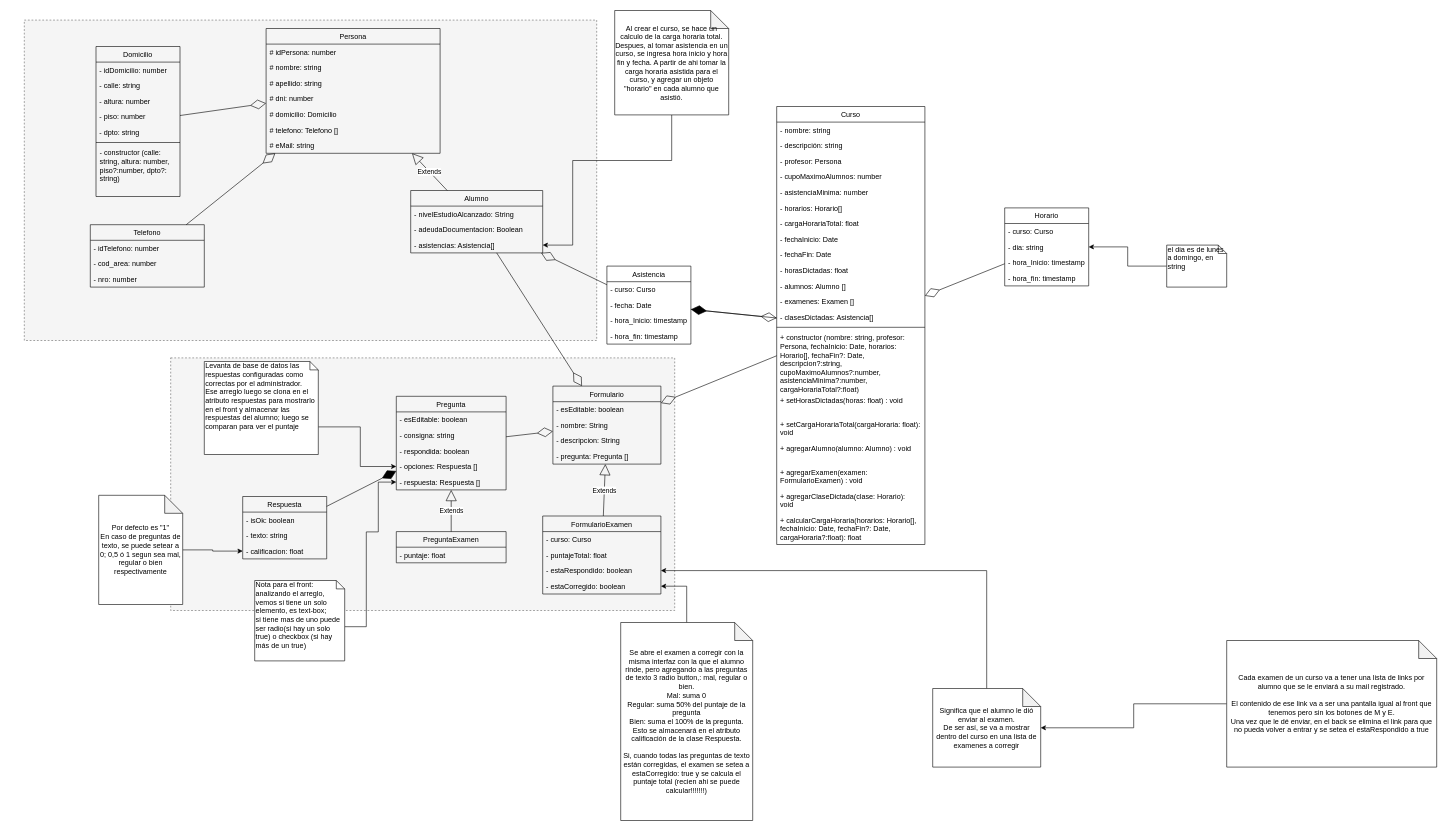
Before: - UML/diagrama_proyecto_final.drawio in mariela21180/institucional-cfp, a draw.io diagram. Source tidied: cells renumbered, new cells numbered last; positions are measured from the earlier drawing's top-left corner, leaving out a move shared by most shapes. Both pictures are drawn from the tidied source at 60%, with x=0, y=0 at pixel (24, 10).
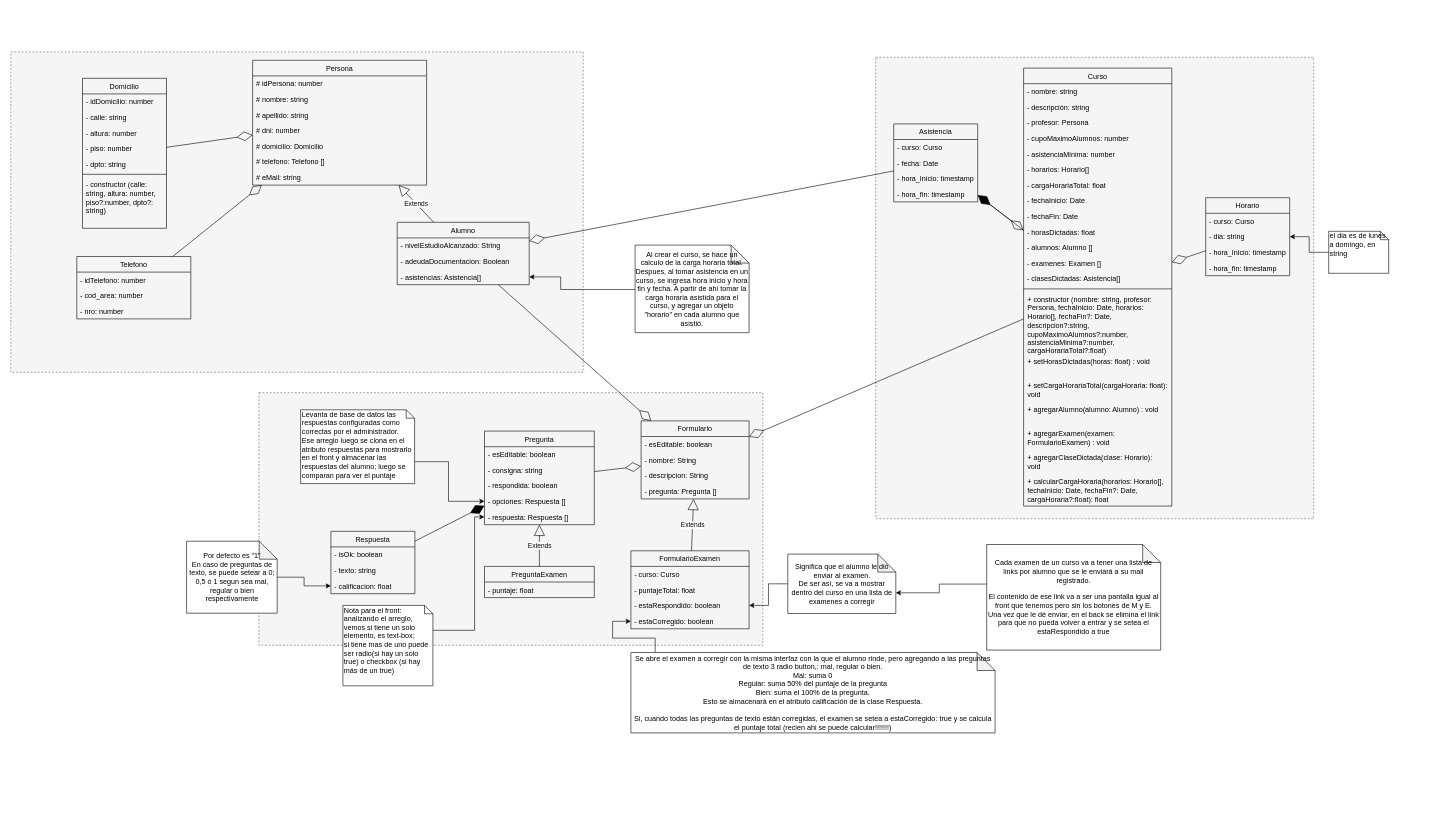
The same diagram, later.

Commit message:
#1 - Reacomodando el UML

Unchanged cells that the change refers to:
```xml
<mxCell id="29" value="- asistencias: Asistencia[]" style="text;strokeColor=none;fillColor=none;align=left;verticalAlign=top;spacingLeft=4;spacingRight=4;overflow=hidden;points=[[0,0.5],[1,0.5]];portConstraint=eastwest;" parent="26" vertex="1">
  <mxGeometry y="78" width="220" height="26" as="geometry" />
</mxCell>
<mxCell id="47" value="- estaCorregido: boolean" style="text;strokeColor=none;fillColor=none;align=left;verticalAlign=top;spacingLeft=4;spacingRight=4;overflow=hidden;points=[[0,0.5],[1,0.5]];portConstraint=eastwest;" parent="43" vertex="1">
  <mxGeometry y="104" width="197" height="26" as="geometry" />
</mxCell>
<mxCell id="83" value="- opciones: Respuesta []" style="text;strokeColor=none;fillColor=none;align=left;verticalAlign=top;spacingLeft=4;spacingRight=4;overflow=hidden;points=[[0,0.5],[1,0.5]];portConstraint=eastwest;" parent="79" vertex="1">
  <mxGeometry y="104" width="183" height="26" as="geometry" />
</mxCell>
<mxCell id="84" value="- respuesta: Respuesta []" style="text;strokeColor=none;fillColor=none;align=left;verticalAlign=top;spacingLeft=4;spacingRight=4;overflow=hidden;points=[[0,0.5],[1,0.5]];portConstraint=eastwest;" parent="79" vertex="1">
  <mxGeometry y="130" width="183" height="26" as="geometry" />
</mxCell>
```

Diff of the diagram source:
```diff
@@
+    <mxCell id="111" style="rounded=0;whiteSpace=wrap;html=1;fillColor=#f5f5f5;dashed=1;strokeColor=#666666;fontColor=#333333;" parent="1" vertex="1">
+      <mxGeometry x="1419" y="78" width="730" height="769" as="geometry" />
+    </mxCell>
     <mxCell id="2" style="rounded=0;whiteSpace=wrap;html=1;fillColor=#f5f5f5;dashed=1;strokeColor=#666666;fontColor=#333333;" parent="1" vertex="1">
-      <mxGeometry y="16" width="954" height="534" as="geometry" />
+      <mxGeometry x="-22.5" y="69" width="954" height="534" as="geometry" />
     </mxCell>
     <mxCell id="3" style="rounded=0;whiteSpace=wrap;html=1;dashed=1;fillColor=#f5f5f5;strokeColor=#666666;fontColor=#333333;" parent="1" vertex="1">
-      <mxGeometry x="244" y="579" width="840" height="421" as="geometry" />
+      <mxGeometry x="391" y="637" width="840" height="421" as="geometry" />
     </mxCell>
     <mxCell id="4" value="Curso" style="swimlane;fontStyle=0;horizontal=1;startSize=26;fillColor=none;" parent="1" vertex="1">
-      <mxGeometry x="1254" y="160" width="247" height="730" as="geometry" />
+      <mxGeometry x="1665.5" y="96" width="247" height="730" as="geometry" />
     </mxCell>
@@
     <mxCell id="26" value="Alumno" style="swimlane;fontStyle=0;horizontal=1;startSize=26;fillColor=none;" parent="1" vertex="1">
-      <mxGeometry x="644" y="300" width="220" height="104" as="geometry" />
+      <mxGeometry x="621.5" y="353" width="220" height="104" as="geometry" />
     </mxCell>
@@
     <mxCell id="30" value="Persona" style="swimlane;fontStyle=0;horizontal=1;startSize=26;fillColor=none;" parent="1" vertex="1">
-      <mxGeometry x="403" y="30" width="290" height="208" as="geometry" />
+      <mxGeometry x="380.5" y="83" width="290" height="208" as="geometry" />
     </mxCell>
@@
     <mxCell id="38" value="Formulario" style="swimlane;fontStyle=0;horizontal=1;startSize=26;fillColor=none;" parent="1" vertex="1">
-      <mxGeometry x="881" y="626" width="180" height="130" as="geometry" />
+      <mxGeometry x="1028" y="684" width="180" height="130" as="geometry" />
     </mxCell>
@@
     <mxCell id="43" value="FormularioExamen" style="swimlane;fontStyle=0;horizontal=1;startSize=26;fillColor=none;" parent="1" vertex="1">
-      <mxGeometry x="864" y="842.5" width="197" height="130" as="geometry" />
+      <mxGeometry x="1011" y="900.5" width="197" height="130" as="geometry" />
     </mxCell>
@@
     <mxCell id="48" value="PreguntaExamen" style="swimlane;fontStyle=0;horizontal=1;startSize=26;fillColor=none;" parent="1" vertex="1">
-      <mxGeometry x="620" y="868.5" width="183" height="52" as="geometry" />
+      <mxGeometry x="767" y="926.5" width="183" height="52" as="geometry" />
     </mxCell>
@@
     <mxCell id="50" value="Respuesta" style="swimlane;fontStyle=0;horizontal=1;startSize=26;fillColor=none;" parent="1" vertex="1">
-      <mxGeometry x="364" y="810" width="140" height="104" as="geometry" />
+      <mxGeometry x="511" y="868" width="140" height="104" as="geometry" />
     </mxCell>
@@
     <mxCell id="54" value="Domicilio" style="swimlane;fontStyle=0;horizontal=1;startSize=26;fillColor=none;" parent="1" vertex="1">
-      <mxGeometry x="119.5" y="60" width="140" height="250" as="geometry" />
+      <mxGeometry x="97" y="113" width="140" height="250" as="geometry" />
     </mxCell>
@@
     <mxCell id="62" value="Telefono" style="swimlane;fontStyle=0;horizontal=1;startSize=26;fillColor=none;" parent="1" vertex="1">
-      <mxGeometry x="110" y="357" width="190" height="104" as="geometry" />
+      <mxGeometry x="87.5" y="410" width="190" height="104" as="geometry" />
     </mxCell>
@@
     <mxCell id="68" value="Asistencia" style="swimlane;fontStyle=0;horizontal=1;startSize=26;fillColor=none;" parent="1" vertex="1">
-      <mxGeometry x="971" y="426" width="140" height="130" as="geometry" />
+      <mxGeometry x="1449" y="189" width="140" height="130" as="geometry" />
     </mxCell>
@@
     <mxCell id="74" style="edgeStyle=orthogonalEdgeStyle;rounded=0;jettySize=auto;html=1;entryX=0;entryY=0.5;entryDx=0;entryDy=0;" parent="1" edge="1" source="75" target="84">
       <mxGeometry relative="1" as="geometry">
         <Array as="points">
-          <mxPoint x="570" y="1027" />
-          <mxPoint x="570" y="869" />
-          <mxPoint x="590" y="869" />
-          <mxPoint x="590" y="786" />
+          <mxPoint x="750.5" y="1033" />
+          <mxPoint x="750.5" y="844" />
         </Array>
       </mxGeometry>
     </mxCell>
     <mxCell id="75" value="Nota para el front:&lt;br&gt;analizando el arreglo, vemos si tiene un solo elemento, es text-box;&lt;br&gt;si tiene mas de uno puede ser radio(si hay un solo true) o checkbox (si hay más de un true)" style="shape=note;whiteSpace=wrap;html=1;size=14;verticalAlign=top;align=left;spacingTop=-6;" parent="1" vertex="1">
-      <mxGeometry x="384" y="950" width="150" height="134" as="geometry" />
+      <mxGeometry x="531" y="991.5" width="150" height="134" as="geometry" />
     </mxCell>
     <mxCell id="76" style="edgeStyle=orthogonalEdgeStyle;rounded=0;jettySize=auto;html=1;entryX=0;entryY=0.5;entryDx=0;entryDy=0;" parent="1" edge="1" source="77" target="83">
       <mxGeometry relative="1" as="geometry">
         <Array as="points">
-          <mxPoint x="560" y="694" />
-          <mxPoint x="560" y="760" />
+          <mxPoint x="707" y="752" />
+          <mxPoint x="707" y="818" />
         </Array>
       </mxGeometry>
     </mxCell>
     <mxCell id="77" value="Levanta de base de datos las respuestas configuradas como correctas por el administrador.&lt;br&gt;Ese arreglo luego se clona en el atributo respuestas para mostrarlo en el front y almacenar las respuestas del alumno; luego se comparan para ver el puntaje" style="shape=note;whiteSpace=wrap;html=1;size=14;verticalAlign=top;align=left;spacingTop=-6;" parent="1" vertex="1">
-      <mxGeometry x="300" y="585" width="190" height="155" as="geometry" />
+      <mxGeometry x="460.5" y="665.5" width="190" height="123" as="geometry" />
     </mxCell>
@@
     <mxCell id="79" value="Pregunta" style="swimlane;fontStyle=0;horizontal=1;startSize=26;fillColor=none;" parent="1" vertex="1">
-      <mxGeometry x="620" y="643" width="183" height="156" as="geometry" />
+      <mxGeometry x="767" y="701" width="183" height="156" as="geometry" />
     </mxCell>
@@
     <mxCell id="90" style="edgeStyle=orthogonalEdgeStyle;rounded=0;jettySize=auto;html=1;entryX=1;entryY=0.5;entryDx=0;entryDy=0;" parent="1" edge="1" source="91" target="29">
       <mxGeometry relative="1" as="geometry">
         <Array as="points">
-          <mxPoint x="1079" y="250" />
-          <mxPoint x="914" y="250" />
-          <mxPoint x="914" y="391" />
+          <mxPoint x="894" y="465" />
+          <mxPoint x="894" y="444" />
         </Array>
       </mxGeometry>
     </mxCell>
     <mxCell id="91" value="Al crear el curso, se hace un calculo de la carga horaria total.&lt;br&gt;Despues, al tomar asistencia en un curso, se ingresa hora inicio y hora fin y fecha. A partir de ahi tomar la carga horaria asistida para el curso, y agregar un objeto &quot;horario&quot; en cada alumno que asistió." style="shape=note;whiteSpace=wrap;html=1;backgroundOutline=1;darkOpacity=0.05;" parent="1" vertex="1">
-      <mxGeometry x="984" width="190" height="174" as="geometry" />
+      <mxGeometry x="1018" y="391" width="190" height="146" as="geometry" />
     </mxCell>
@@
     <mxCell id="94" value="Significa que el alumno le dió enviar al examen.&lt;br&gt;De ser así, se va a mostrar dentro del curso en una lista de examenes a corregir" style="shape=note;whiteSpace=wrap;html=1;backgroundOutline=1;darkOpacity=0.05;" parent="1" vertex="1">
-      <mxGeometry x="1514" y="1130" width="180" height="131" as="geometry" />
+      <mxGeometry x="1272.5" y="906" width="180" height="99" as="geometry" />
     </mxCell>
-    <mxCell id="95" style="edgeStyle=orthogonalEdgeStyle;rounded=0;jettySize=auto;html=1;entryX=1;entryY=0.5;entryDx=0;entryDy=0;" parent="1" edge="1" source="96" target="47">
-      <mxGeometry relative="1" as="geometry" />
+    <mxCell id="95" style="edgeStyle=orthogonalEdgeStyle;rounded=0;jettySize=auto;html=1;" parent="1" edge="1" source="96" target="47">
+      <mxGeometry relative="1" as="geometry">
+        <Array as="points">
+          <mxPoint x="1051.5" y="1046" />
+          <mxPoint x="980.5" y="1046" />
+          <mxPoint x="980.5" y="1018" />
+        </Array>
+      </mxGeometry>
     </mxCell>
     <mxCell id="96" value="Se abre el examen a corregir con la misma interfaz con la que el alumno rinde, pero agregando a las preguntas de texto 3 radio button,: mal, regular o bien.&lt;br&gt;Mal: suma 0&lt;br&gt;Regular: suma 50% del puntaje de la pregunta&lt;br&gt;Bien: suma el 100% de la pregunta.&lt;br&gt;Esto se almacenará en el atributo calificación de la clase Respuesta.&lt;br&gt;&lt;br&gt;Si, cuando todas las preguntas de texto están corregidas, el examen se setea a estaCorregido: true y se calcula el puntaje total (recien ahi se puede calcular!!!!!!!)" style="shape=note;whiteSpace=wrap;html=1;backgroundOutline=1;darkOpacity=0.05;" parent="1" vertex="1">
-      <mxGeometry x="994" y="1020" width="220" height="330" as="geometry" />
+      <mxGeometry x="1011" y="1070" width="607" height="134" as="geometry" />
     </mxCell>
-    <mxCell id="97" style="edgeStyle=orthogonalEdgeStyle;rounded=0;jettySize=auto;html=1;" parent="1" edge="1" source="98" target="94">
-      <mxGeometry relative="1" as="geometry" />
+    <mxCell id="97" style="edgeStyle=orthogonalEdgeStyle;rounded=0;jettySize=auto;html=1;entryX=0;entryY=0;entryDx=180;entryDy=64.5;entryPerimeter=0;" parent="1" edge="1" source="98" target="94">
+      <mxGeometry relative="1" as="geometry">
+        <Array as="points">
+          <mxPoint x="1525" y="956" />
+          <mxPoint x="1525" y="970" />
+        </Array>
+      </mxGeometry>
     </mxCell>
     <mxCell id="98" value="Cada examen de un curso va a tener una lista de links por alumno que se le enviará a su mail registrado.&lt;br&gt;&lt;br&gt;El contenido de ese link va a ser una pantalla igual al front que tenemos pero sin los botones de M y E.&lt;br&gt;Una vez que le dé enviar, en el back se elimina el link para que no pueda volver a entrar y se setea el estaRespondido a true" style="shape=note;whiteSpace=wrap;html=1;backgroundOutline=1;darkOpacity=0.05;" parent="1" vertex="1">
-      <mxGeometry x="2004" y="1050" width="350" height="211" as="geometry" />
+      <mxGeometry x="1604" y="890" width="290" height="176" as="geometry" />
     </mxCell>
@@
     <mxCell id="100" value="Por defecto es &quot;1&quot;&lt;br&gt;En caso de preguntas de texto, se puede setear a 0; 0,5 ó 1 segun sea mal, regular o bien respectivamente" style="shape=note;whiteSpace=wrap;html=1;backgroundOutline=1;darkOpacity=0.05;" parent="1" vertex="1">
-      <mxGeometry x="124" y="808" width="140" height="182" as="geometry" />
+      <mxGeometry x="270.5" y="884.5" width="151" height="120" as="geometry" />
     </mxCell>
@@
     <mxCell id="103" value="Horario" style="swimlane;fontStyle=0;horizontal=1;startSize=26;fillColor=none;" parent="1" vertex="1">
-      <mxGeometry x="1634" y="329" width="140" height="130" as="geometry" />
+      <mxGeometry x="1969" y="312" width="140" height="130" as="geometry" />
     </mxCell>
@@
     <mxCell id="110" value="el dia es de lunes a domingo, en string" style="shape=note;whiteSpace=wrap;html=1;size=14;verticalAlign=top;align=left;spacingTop=-6;" parent="1" vertex="1">
-      <mxGeometry x="1904" y="391" width="100" height="70" as="geometry" />
+      <mxGeometry x="2174" y="368" width="100" height="70" as="geometry" />
     </mxCell>
```
